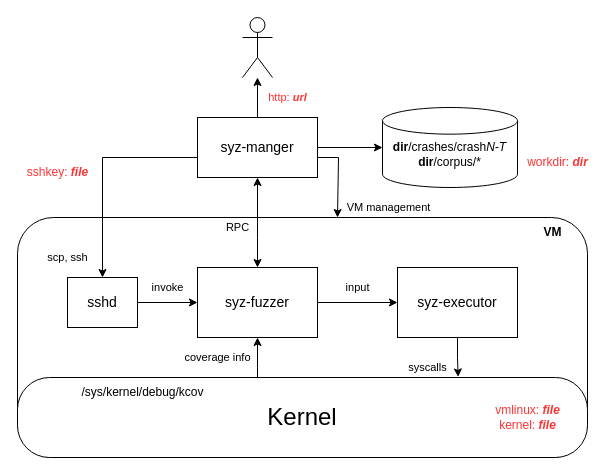
Earlier version of the draw.io diagram Diagram 1.drawio (347115683/Diagram). Source tidied: cells renumbered, new cells numbered last; positions are measured from the earlier drawing's top-left corner, leaving out a move shared by most shapes. Both pictures are drawn from the tidied source at 100%, with x=0, y=0 at pixel (17, 17).
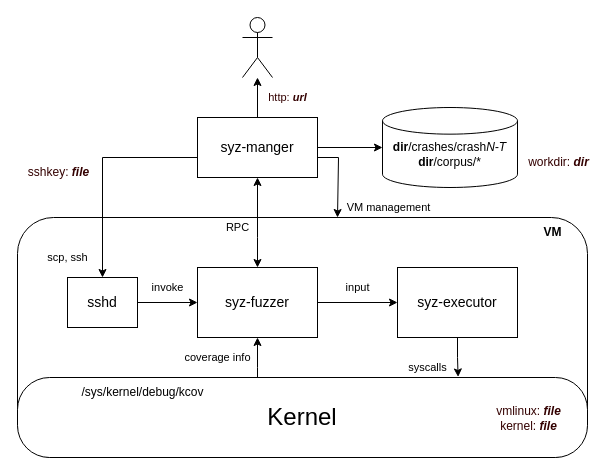
After the change.

Unchanged cells that the change refers to:
```xml
<mxCell id="8" value="&lt;font style=&quot;font-size: 14px;&quot;&gt;syz-manger&lt;/font&gt;" style="rounded=0;whiteSpace=wrap;html=1;" parent="1" vertex="1">
  <mxGeometry x="180" y="100" width="120" height="60" as="geometry" />
</mxCell>
<mxCell id="9" style="shape=umlActor;verticalLabelPosition=bottom;verticalAlign=top;html=1;" parent="1" vertex="1">
  <mxGeometry x="225" width="30" height="60" as="geometry" />
</mxCell>
```

The edit, as a diff of the source:
```diff
@@
-    <mxCell id="4" value="&lt;font color=&quot;#ff3333&quot;&gt;http:&lt;b&gt; &lt;i&gt;url&lt;/i&gt;&lt;/b&gt;&lt;/font&gt;" style="edgeStyle=orthogonalEdgeStyle;rounded=0;jettySize=auto;html=1;" parent="1" edge="1" source="8" target="9">
+    <mxCell id="4" value="&lt;font color=&quot;#330000&quot;&gt;http:&lt;b style=&quot;&quot;&gt; &lt;i style=&quot;&quot;&gt;url&lt;/i&gt;&lt;/b&gt;&lt;/font&gt;" style="edgeStyle=orthogonalEdgeStyle;rounded=0;jettySize=auto;html=1;" parent="1" edge="1" source="8" target="9">
       <mxGeometry y="-30" relative="1" as="geometry" />
     </mxCell>
@@
-    <mxCell id="18" value="&lt;font color=&quot;#ff3333&quot;&gt;workdir: &lt;b&gt;&lt;i&gt;dir&lt;/i&gt;&lt;/b&gt;&lt;/font&gt;" style="text;html=1;align=center;verticalAlign=middle;strokeColor=none;fillColor=none;" parent="1" vertex="1">
-      <mxGeometry x="500" y="130" width="80" height="30" as="geometry" />
+    <mxCell id="18" value="&lt;font color=&quot;#330000&quot;&gt;workdir: &lt;b style=&quot;&quot;&gt;&lt;i style=&quot;&quot;&gt;dir&lt;/i&gt;&lt;/b&gt;&lt;/font&gt;" style="text;html=1;align=center;verticalAlign=middle;strokeColor=none;fillColor=none;" parent="1" vertex="1">
+      <mxGeometry x="501" y="132" width="79" height="26" as="geometry" />
     </mxCell>
@@
-    <mxCell id="20" value="&lt;font color=&quot;#ff3333&quot;&gt;sshkey: &lt;b style=&quot;&quot;&gt;&lt;i&gt;file&lt;/i&gt;&lt;/b&gt;&lt;/font&gt;" style="text;html=1;align=center;verticalAlign=middle;strokeColor=none;fillColor=none;" parent="1" vertex="1">
-      <mxGeometry y="140" width="80" height="30" as="geometry" />
+    <mxCell id="20" value="&lt;font color=&quot;#330000&quot;&gt;sshkey: &lt;b style=&quot;&quot;&gt;&lt;i style=&quot;&quot;&gt;file&lt;/i&gt;&lt;/b&gt;&lt;/font&gt;" style="text;html=1;align=center;verticalAlign=middle;strokeColor=none;fillColor=none;" parent="1" vertex="1">
+      <mxGeometry x="1" y="142" width="79" height="26" as="geometry" />
     </mxCell>
@@
-    <mxCell id="24" value="&lt;font color=&quot;#ff3333&quot;&gt;vmlinux: &lt;b&gt;&lt;i&gt;file&lt;/i&gt;&lt;/b&gt;&lt;br&gt;kernel: &lt;b&gt;&lt;i&gt;file&lt;/i&gt;&lt;/b&gt;&lt;/font&gt;" style="text;html=1;align=center;verticalAlign=middle;strokeColor=none;fillColor=none;" parent="1" vertex="1">
-      <mxGeometry x="465" y="380" width="90" height="40" as="geometry" />
+    <mxCell id="24" value="&lt;font color=&quot;#330000&quot;&gt;vmlinux: &lt;b style=&quot;&quot;&gt;&lt;i&gt;file&lt;/i&gt;&lt;/b&gt;&lt;br&gt;kernel: &lt;b style=&quot;&quot;&gt;&lt;i style=&quot;&quot;&gt;file&lt;/i&gt;&lt;/b&gt;&lt;/font&gt;" style="text;html=1;align=center;verticalAlign=middle;strokeColor=none;fillColor=none;" parent="1" vertex="1">
+      <mxGeometry x="469" y="380" width="83" height="41" as="geometry" />
     </mxCell>
```
